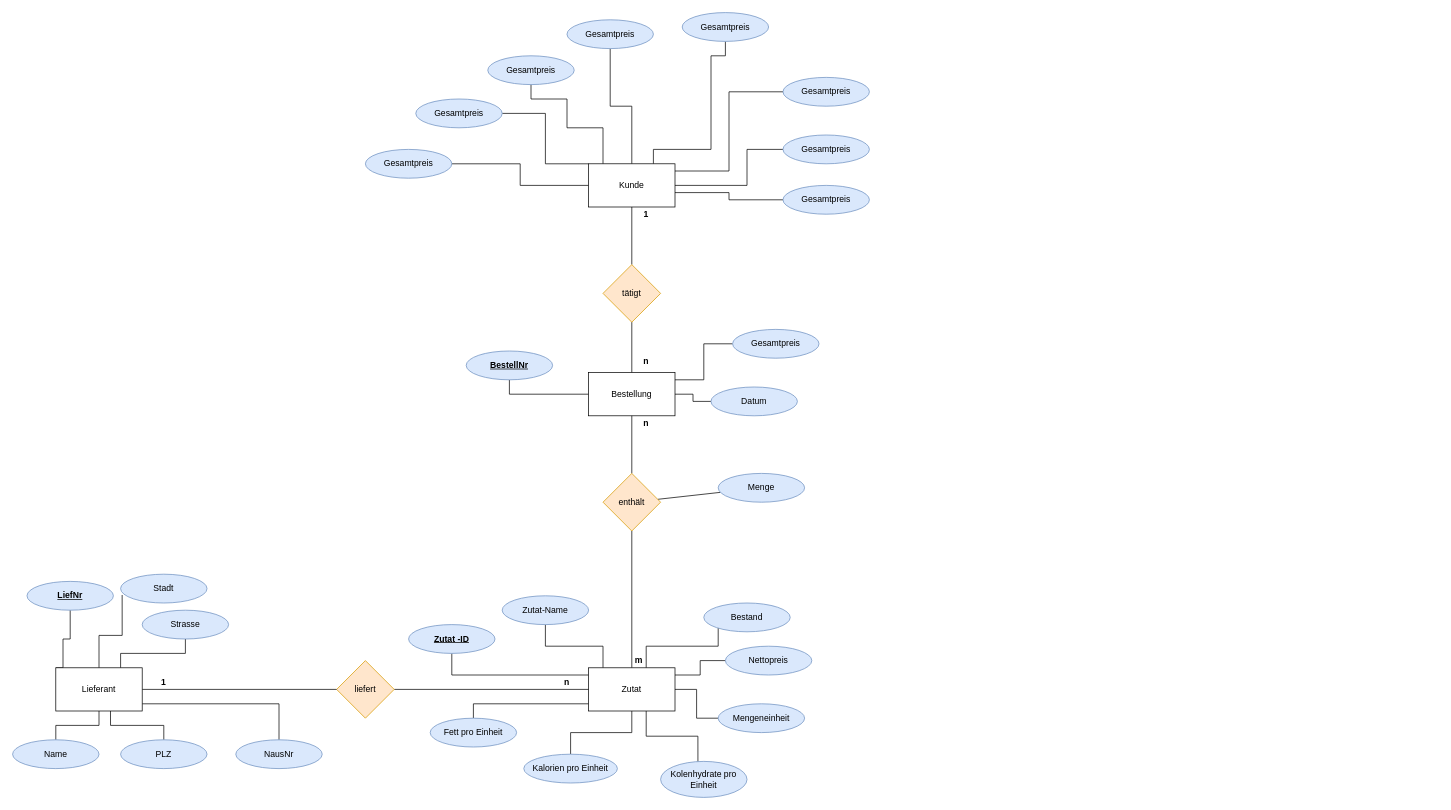
The draw.io diagram Ist-Zustand-ERD.drawio in AlexBrightwater/Kraut_und_Rueben, before the edit. Source tidied: cells renumbered, new cells numbered last; positions are measured from the earlier drawing's top-left corner, leaving out a move shared by most shapes. Both pictures are drawn from the tidied source at 72%, with x=0, y=0 at pixel (12, 12).
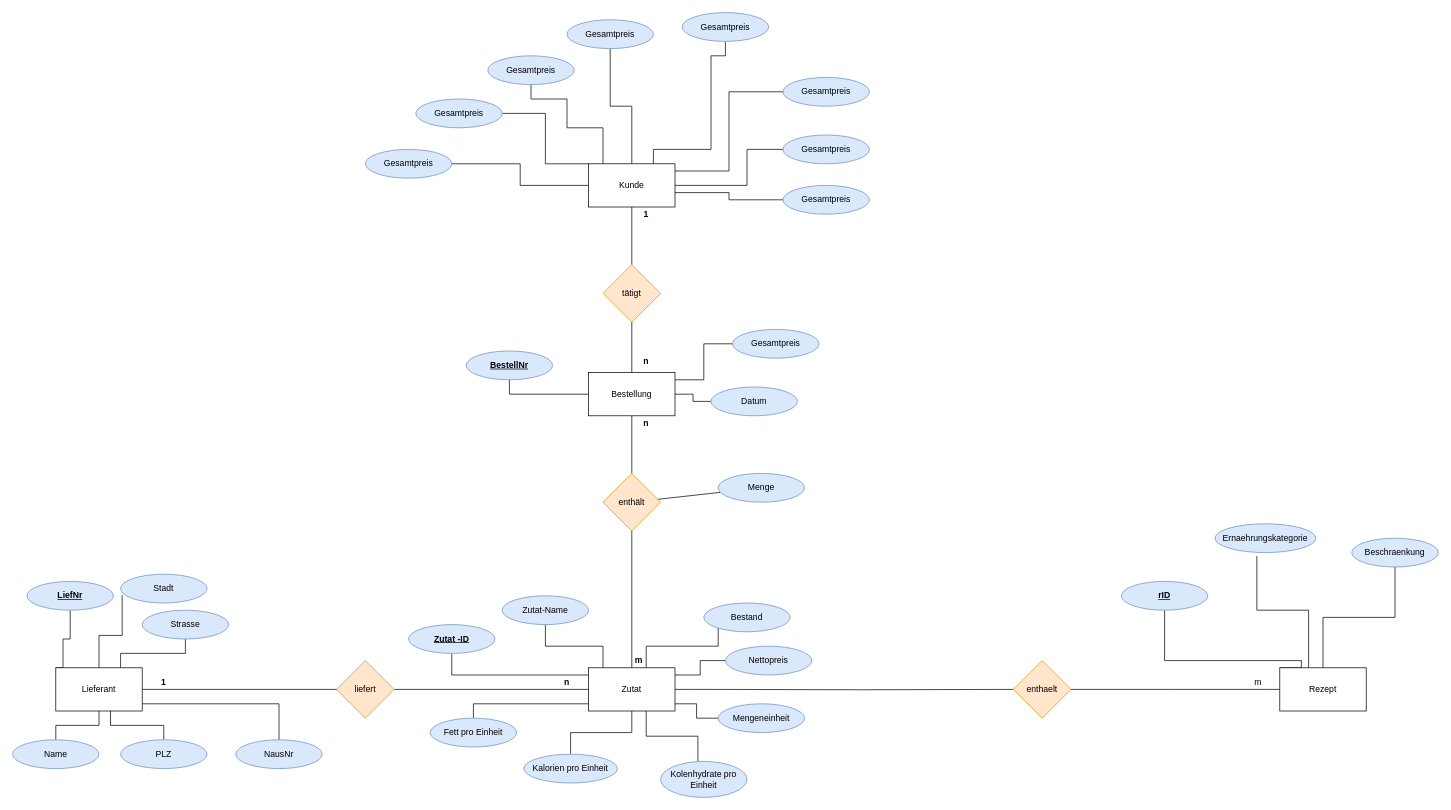
The same diagram, later.

Unchanged cells that the change refers to:
```xml
<mxCell id="30" value="Zutat" style="rounded=0;whiteSpace=wrap;html=1;" parent="1" vertex="1">
  <mxGeometry x="800" y="910" width="120" height="60" as="geometry" />
</mxCell>
<mxCell id="56" value="Mengeneinheit" style="ellipse;whiteSpace=wrap;html=1;fillColor=#dae8fc;strokeColor=#6c8ebf;" parent="1" vertex="1">
  <mxGeometry x="980" y="960" width="120" height="40" as="geometry" />
</mxCell>
```

What changed in the source:
```diff
@@
     <mxCell id="26" style="edgeStyle=orthogonalEdgeStyle;rounded=0;jettySize=auto;html=1;endArrow=none;endFill=0;" parent="1" edge="1" source="30" target="56">
-      <mxGeometry relative="1" as="geometry" />
+      <mxGeometry relative="1" as="geometry">
+        <Array as="points">
+          <mxPoint x="950" y="960" />
+          <mxPoint x="950" y="980" />
+        </Array>
+      </mxGeometry>
     </mxCell>
@@
+    <mxCell id="73" style="edgeStyle=orthogonalEdgeStyle;rounded=0;jettySize=auto;html=1;entryX=0;entryY=0.5;entryDx=0;entryDy=0;strokeColor=default;endArrow=none;endFill=0;startArrow=none;" parent="1" edge="1" target="75">
+      <mxGeometry relative="1" as="geometry">
+        <mxPoint x="970" y="940" as="sourcePoint" />
+      </mxGeometry>
+    </mxCell>
@@
-    <mxCell id="32" value="liefert" style="rhombus;whiteSpace=wrap;html=1;fillColor=#ffe6cc;strokeColor=#d79b00;" parent="1" vertex="1">
+    <mxCell id="32" value="liefert" style="rhombus;whiteSpace=wrap;html=1;fillColor=#ffe6cc;strokeColor=#d79b00;fontStyle=0;" parent="1" vertex="1">
       <mxGeometry x="450" y="900" width="80" height="80" as="geometry" />
     </mxCell>
@@
+    <mxCell id="74" style="edgeStyle=orthogonalEdgeStyle;rounded=0;jettySize=auto;html=1;endArrow=none;endFill=0;strokeColor=default;entryX=0;entryY=0.5;entryDx=0;entryDy=0;startArrow=none;" parent="1" edge="1" target="79">
+      <mxGeometry relative="1" as="geometry">
+        <mxPoint x="1740" y="940" as="sourcePoint" />
+      </mxGeometry>
+    </mxCell>
+    <mxCell id="75" value="enthaelt" style="rhombus;whiteSpace=wrap;html=1;fillColor=#ffe6cc;strokeColor=#d79b00;" parent="1" vertex="1">
+      <mxGeometry x="1390" y="900" width="80" height="80" as="geometry" />
+    </mxCell>
+    <mxCell id="76" style="edgeStyle=orthogonalEdgeStyle;rounded=0;jettySize=auto;html=1;entryX=0.415;entryY=1.125;entryDx=0;entryDy=0;entryPerimeter=0;endArrow=none;endFill=0;strokeColor=default;" parent="1" edge="1" source="79" target="84">
+      <mxGeometry relative="1" as="geometry">
+        <Array as="points">
+          <mxPoint x="1800" y="830" />
+          <mxPoint x="1728" y="830" />
+        </Array>
+      </mxGeometry>
+    </mxCell>
+    <mxCell id="77" style="edgeStyle=orthogonalEdgeStyle;rounded=0;jettySize=auto;html=1;entryX=0.5;entryY=1;entryDx=0;entryDy=0;endArrow=none;endFill=0;strokeColor=default;" parent="1" edge="1" source="79" target="85">
+      <mxGeometry relative="1" as="geometry">
+        <Array as="points">
+          <mxPoint x="1820" y="840" />
+          <mxPoint x="1920" y="840" />
+        </Array>
+      </mxGeometry>
+    </mxCell>
+    <mxCell id="78" style="edgeStyle=orthogonalEdgeStyle;rounded=0;jettySize=auto;html=1;entryX=0.5;entryY=1;entryDx=0;entryDy=0;endArrow=none;endFill=0;strokeColor=default;exitX=0;exitY=0;exitDx=0;exitDy=0;" parent="1" edge="1" source="79" target="86">
+      <mxGeometry relative="1" as="geometry">
+        <Array as="points">
+          <mxPoint x="1790" y="910" />
+          <mxPoint x="1790" y="900" />
+          <mxPoint x="1600" y="900" />
+        </Array>
+      </mxGeometry>
+    </mxCell>
+    <mxCell id="79" value="Rezept" style="rounded=0;whiteSpace=wrap;html=1;" parent="1" vertex="1">
+      <mxGeometry x="1760" y="910" width="120" height="60" as="geometry" />
+    </mxCell>
+    <mxCell id="80" style="edgeStyle=orthogonalEdgeStyle;rounded=0;orthogonalLoop=1;jettySize=auto;html=1;endArrow=none;endFill=0;strokeColor=default;startArrow=none;" parent="1" edge="1">
+      <mxGeometry relative="1" as="geometry">
+        <mxPoint x="1740" y="940" as="sourcePoint" />
+        <mxPoint x="1740" y="940" as="targetPoint" />
+        <Array as="points">
+          <mxPoint x="1740" y="940" />
+          <mxPoint x="1740" y="940" />
+        </Array>
+      </mxGeometry>
+    </mxCell>
+    <mxCell id="81" style="edgeStyle=orthogonalEdgeStyle;rounded=0;jettySize=auto;html=1;strokeColor=default;endArrow=none;endFill=0;" parent="1" edge="1" source="30">
+      <mxGeometry relative="1" as="geometry">
+        <mxPoint x="970" y="940" as="targetPoint" />
+        <Array as="points">
+          <mxPoint x="940" y="940" />
+          <mxPoint x="940" y="940" />
+        </Array>
+      </mxGeometry>
+    </mxCell>
+    <mxCell id="82" style="edgeStyle=orthogonalEdgeStyle;rounded=0;jettySize=auto;html=1;endArrow=none;endFill=0;strokeColor=default;entryX=0.75;entryY=1;entryDx=0;entryDy=0;" parent="1" edge="1" source="75">
+      <mxGeometry relative="1" as="geometry">
+        <mxPoint x="1740" y="940" as="targetPoint" />
+      </mxGeometry>
+    </mxCell>
+    <mxCell id="83" value="m" style="text;html=1;strokeColor=none;fillColor=none;align=center;verticalAlign=middle;whiteSpace=wrap;rounded=0;" parent="1" vertex="1">
+      <mxGeometry x="1710" y="920" width="40" height="20" as="geometry" />
+    </mxCell>
+    <mxCell id="84" value="Ernaehrungskategorie" style="ellipse;whiteSpace=wrap;html=1;fillColor=#dae8fc;strokeColor=#6c8ebf;" parent="1" vertex="1">
+      <mxGeometry x="1670" y="710" width="140" height="40" as="geometry" />
+    </mxCell>
+    <mxCell id="85" value="Beschraenkung" style="ellipse;whiteSpace=wrap;html=1;fillColor=#dae8fc;strokeColor=#6c8ebf;" parent="1" vertex="1">
+      <mxGeometry x="1860" y="730" width="120" height="40" as="geometry" />
+    </mxCell>
+    <mxCell id="86" value="&lt;b&gt;&lt;u&gt;rID&lt;/u&gt;&lt;/b&gt;" style="ellipse;whiteSpace=wrap;html=1;fillColor=#dae8fc;strokeColor=#6c8ebf;" parent="1" vertex="1">
+      <mxGeometry x="1540" y="790" width="120" height="40" as="geometry" />
+    </mxCell>
```
